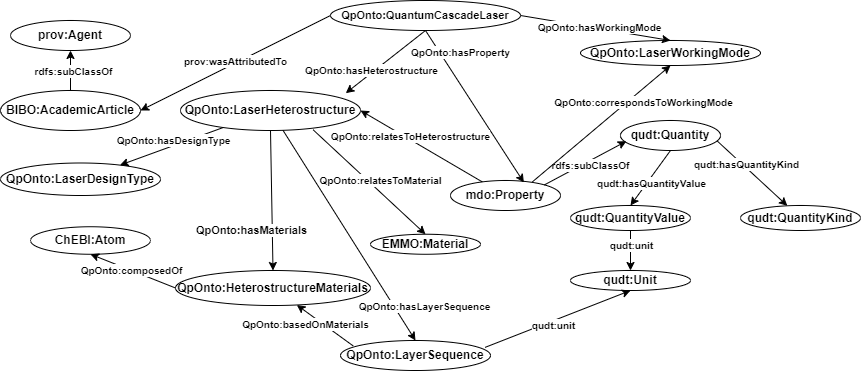
The draw.io diagram Figures/ontology_v1.png in DeperiasKerre/qcl_Onto, before a commit. Source tidied: cells renumbered, new cells last; positions are measured from the earlier drawing's top-left corner, leaving out a move shared by most shapes.
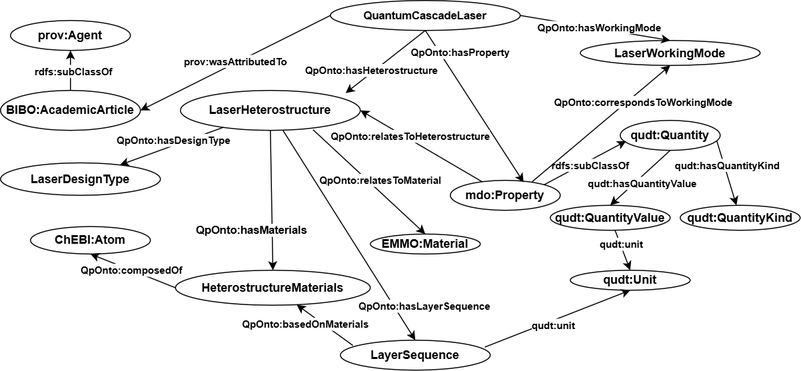
After the change.

The edit, as a diff of the source:
```diff
@@ -28,10 +28,10 @@
       </mxGeometry>
     </mxCell>
     <mxCell id="9" value="&lt;b&gt;qudt:QuantityKind&lt;/b&gt;" style="ellipse;whiteSpace=wrap;html=1;" parent="1" vertex="1">
-      <mxGeometry x="740" y="205" width="120" height="25" as="geometry" />
+      <mxGeometry x="680" y="205" width="120" height="25" as="geometry" />
     </mxCell>
     <mxCell id="10" value="&lt;b&gt;qudt:QuantityValue&lt;/b&gt;" style="ellipse;whiteSpace=wrap;html=1;" parent="1" vertex="1">
-      <mxGeometry x="570" y="205" width="120" height="25" as="geometry" />
+      <mxGeometry x="550" y="205" width="120" height="25" as="geometry" />
     </mxCell>
     <mxCell id="11" value="&lt;b&gt;qudt:Unit&lt;/b&gt;" style="ellipse;whiteSpace=wrap;html=1;" parent="1" vertex="1">
       <mxGeometry x="570" y="270" width="120" height="20" as="geometry" />
@@ -65,10 +65,10 @@
     <mxCell id="20" value="&lt;font style=&quot;font-size: 10px;&quot;&gt;&lt;b&gt;rdfs:subClassOf&lt;/b&gt;&lt;/font&gt;" style="edgeLabel;html=1;align=center;verticalAlign=middle;" parent="19" vertex="1">
       <mxGeometry x="-0.02" y="-2" relative="1" as="geometry" />
     </mxCell>
-    <mxCell id="21" value="&lt;b&gt;QpOnto:LaserHeterostructure&lt;/b&gt;" style="ellipse;whiteSpace=wrap;html=1;" parent="1" vertex="1">
+    <mxCell id="21" value="&lt;b&gt;LaserHeterostructure&lt;/b&gt;" style="ellipse;whiteSpace=wrap;html=1;" parent="1" vertex="1">
       <mxGeometry x="180" y="90" width="180" height="40" as="geometry" />
     </mxCell>
-    <mxCell id="22" value="&lt;b&gt;QpOnto:LaserWorkingMode&lt;/b&gt;" style="ellipse;whiteSpace=wrap;html=1;" parent="1" vertex="1">
+    <mxCell id="22" value="&lt;b&gt;LaserWorkingMode&lt;/b&gt;" style="ellipse;whiteSpace=wrap;html=1;" parent="1" vertex="1">
       <mxGeometry x="580" y="40" width="180" height="25" as="geometry" />
     </mxCell>
     <mxCell id="23" style="endArrow=classic;html=1;rounded=0;exitX=1;exitY=0.5;exitDx=0;exitDy=0;entryX=0.5;entryY=0;entryDx=0;entryDy=0;" parent="1" edge="1" source="48" target="22">
@@ -79,7 +79,7 @@
         <mxPoint x="1" as="offset" />
       </mxGeometry>
     </mxCell>
-    <mxCell id="25" value="&lt;b&gt;QpOnto:LaserDesignType&lt;/b&gt;" style="ellipse;whiteSpace=wrap;html=1;" parent="1" vertex="1">
+    <mxCell id="25" value="&lt;b&gt;LaserDesignType&lt;/b&gt;" style="ellipse;whiteSpace=wrap;html=1;" parent="1" vertex="1">
       <mxGeometry y="162.5" width="160" height="32.5" as="geometry" />
     </mxCell>
     <mxCell id="26" style="endArrow=classic;html=1;rounded=0;" parent="1" edge="1" source="21" target="25">
@@ -115,7 +115,7 @@
         <mxPoint x="12" y="1" as="offset" />
       </mxGeometry>
     </mxCell>
-    <mxCell id="35" value="&lt;b&gt;QpOnto:LayerSequence&lt;/b&gt;" style="ellipse;whiteSpace=wrap;html=1;" parent="1" vertex="1">
+    <mxCell id="35" value="&lt;b&gt;LayerSequence&lt;/b&gt;" style="ellipse;whiteSpace=wrap;html=1;" parent="1" vertex="1">
       <mxGeometry x="340" y="340" width="150" height="30" as="geometry" />
     </mxCell>
     <mxCell id="36" style="endArrow=classic;html=1;rounded=0;entryX=0.5;entryY=0;entryDx=0;entryDy=0;" parent="1" edge="1" source="21" target="35">
@@ -140,7 +140,7 @@
     <mxCell id="41" value="&lt;font style=&quot;font-size: 10px;&quot;&gt;&lt;b&gt;qudt:unit&lt;/b&gt;&lt;/font&gt;" style="edgeLabel;html=1;align=center;verticalAlign=middle;" parent="40" vertex="1">
       <mxGeometry x="-0.09" y="-4" relative="1" as="geometry" />
     </mxCell>
-    <mxCell id="42" value="&lt;b&gt;QpOnto:HeterostructureMaterials&lt;/b&gt;" style="ellipse;whiteSpace=wrap;html=1;" parent="1" vertex="1">
+    <mxCell id="42" value="&lt;b&gt;HeterostructureMaterials&lt;/b&gt;" style="ellipse;whiteSpace=wrap;html=1;" parent="1" vertex="1">
       <mxGeometry x="175" y="270" width="195" height="35" as="geometry" />
     </mxCell>
     <mxCell id="43" style="endArrow=classic;html=1;rounded=0;exitX=0.5;exitY=1;exitDx=0;exitDy=0;entryX=0.5;entryY=0;entryDx=0;entryDy=0;" parent="1" edge="1" source="21" target="42">
@@ -162,7 +162,7 @@
         <mxPoint x="-2" y="-4" as="offset" />
       </mxGeometry>
     </mxCell>
-    <mxCell id="48" value="&lt;b&gt;&lt;font style=&quot;font-size: 11px;&quot;&gt;QpOnto:QuantumCascadeLaser&lt;/font&gt;&lt;/b&gt;" style="ellipse;whiteSpace=wrap;html=1;" parent="1" vertex="1">
+    <mxCell id="48" value="&lt;b&gt;&lt;font style=&quot;font-size: 11px;&quot;&gt;QuantumCascadeLaser&lt;/font&gt;&lt;/b&gt;" style="ellipse;whiteSpace=wrap;html=1;" parent="1" vertex="1">
       <mxGeometry x="330" width="190" height="30" as="geometry" />
     </mxCell>
     <mxCell id="49" style="endArrow=classic;html=1;rounded=0;entryX=0.5;entryY=1;entryDx=0;entryDy=0;exitX=0.745;exitY=0.044;exitDx=0;exitDy=0;exitPerimeter=0;" parent="1" edge="1" source="4" target="22">
```
